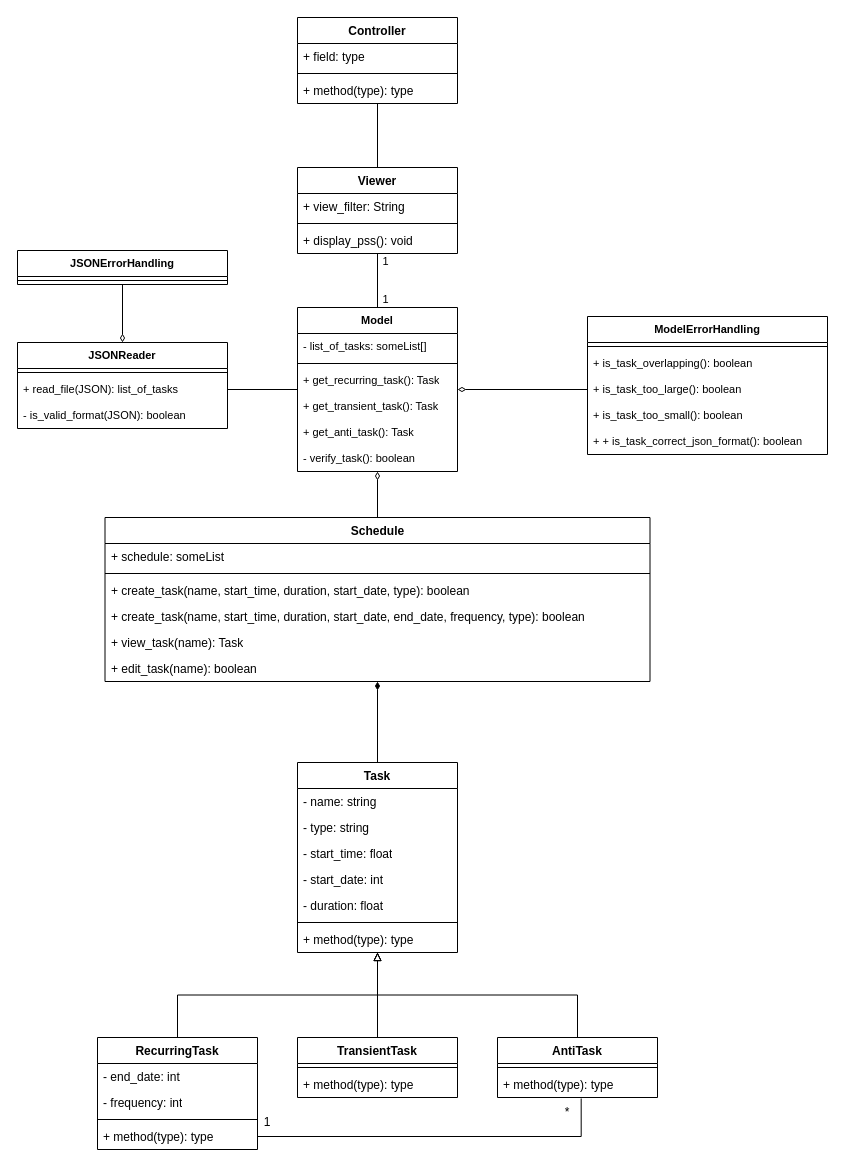
Above: PSS_ClassDiagram.drawio in CS-3560-PSS-Group/PSS-System (draw.io), before the change. Source tidied: cells renumbered, new cells numbered last; positions are measured from the earlier drawing's top-left corner, leaving out a move shared by most shapes. Both pictures are drawn from the tidied source at 100%, with x=0, y=0 at pixel (17, 17).
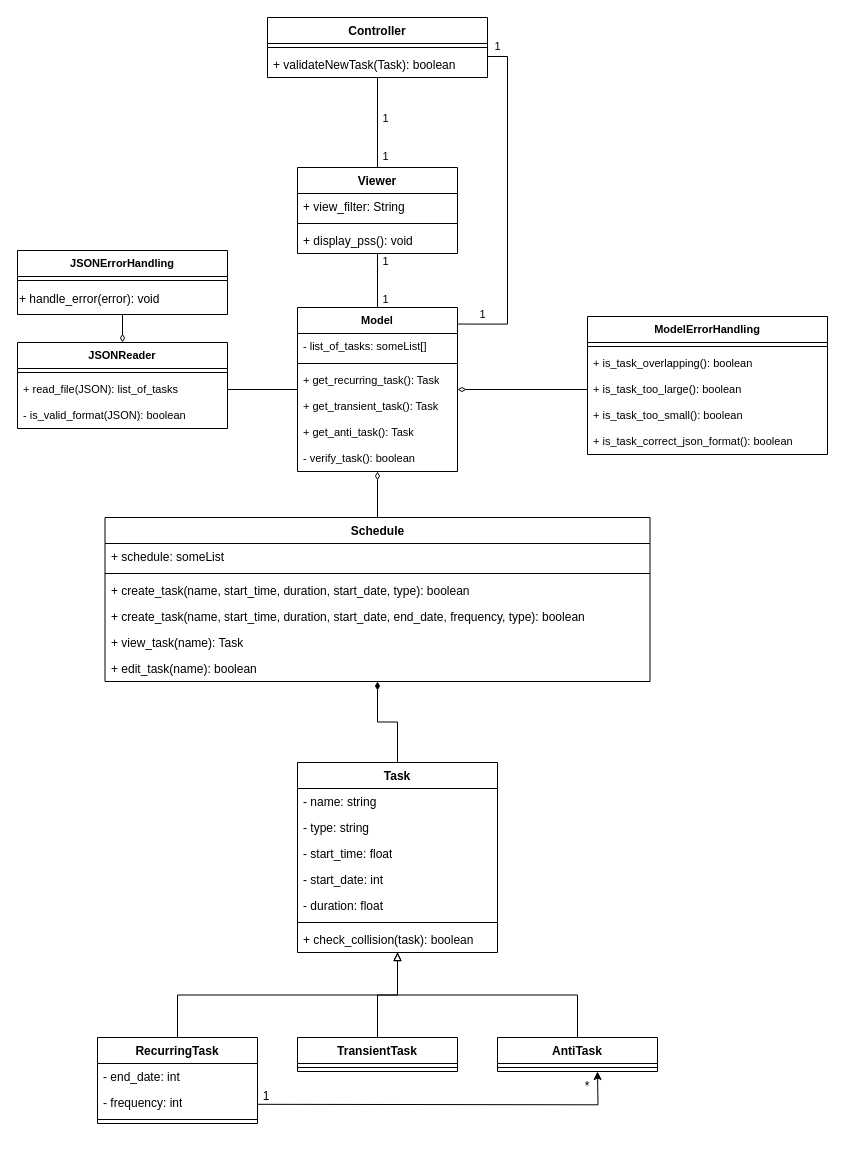
Above is the later version.

The change refers to these unchanged cells:
```xml
<mxCell id="12" value="Model" style="swimlane;fontStyle=1;align=center;verticalAlign=top;horizontal=1;startSize=26;whiteSpace=wrap;html=1;fontFamily=Helvetica;fontSize=11;fontColor=default;labelBackgroundColor=default;" parent="1" vertex="1">
  <mxGeometry x="280" y="290" width="160" height="164" as="geometry" />
</mxCell>
<mxCell id="21" value="ModelErrorHandling" style="swimlane;fontStyle=1;align=center;verticalAlign=top;horizontal=1;startSize=26;whiteSpace=wrap;html=1;fontFamily=Helvetica;fontSize=11;fontColor=default;labelBackgroundColor=default;" parent="1" vertex="1">
  <mxGeometry x="570" y="299" width="240" height="138" as="geometry" />
</mxCell>
```

The edit, as a diff of the source:
```diff
@@
     <mxCell id="2" value="Controller" style="swimlane;fontStyle=1;align=center;verticalAlign=top;horizontal=1;startSize=26;whiteSpace=wrap;html=1;" parent="1" vertex="1">
-      <mxGeometry x="280" width="160" height="86" as="geometry" />
+      <mxGeometry x="250" width="220" height="60" as="geometry" />
     </mxCell>
-    <mxCell id="3" value="+ field: type" style="text;strokeColor=none;fillColor=none;align=left;verticalAlign=top;spacingLeft=4;spacingRight=4;overflow=hidden;whiteSpace=wrap;html=1;" parent="2" vertex="1">
-      <mxGeometry y="26" width="160" height="26" as="geometry" />
-    </mxCell>
     <mxCell id="4" style="line;strokeWidth=1;fillColor=none;align=left;verticalAlign=middle;spacingTop=-1;spacingLeft=3;spacingRight=3;labelPosition=right;strokeColor=inherit;" parent="2" vertex="1">
-      <mxGeometry y="52" width="160" height="8" as="geometry" />
+      <mxGeometry y="26" width="220" height="8" as="geometry" />
     </mxCell>
-    <mxCell id="5" value="+ method(type): type" style="text;strokeColor=none;fillColor=none;align=left;verticalAlign=top;spacingLeft=4;spacingRight=4;overflow=hidden;whiteSpace=wrap;html=1;" parent="2" vertex="1">
-      <mxGeometry y="60" width="160" height="26" as="geometry" />
+    <mxCell id="5" value="+ validateNewTask(Task): boolean" style="text;strokeColor=none;fillColor=none;align=left;verticalAlign=top;spacingLeft=4;spacingRight=4;overflow=hidden;whiteSpace=wrap;html=1;" parent="2" vertex="1">
+      <mxGeometry y="34" width="220" height="26" as="geometry" />
     </mxCell>
@@
-    <mxCell id="26" value="+ + is_task_correct_json_format(): boolean" style="text;strokeColor=none;fillColor=none;align=left;verticalAlign=top;spacingLeft=4;spacingRight=4;overflow=hidden;whiteSpace=wrap;html=1;fontFamily=Helvetica;fontSize=11;fontColor=default;labelBackgroundColor=default;" parent="21" vertex="1">
+    <mxCell id="26" value="+ is_task_correct_json_format(): boolean" style="text;strokeColor=none;fillColor=none;align=left;verticalAlign=top;spacingLeft=4;spacingRight=4;overflow=hidden;whiteSpace=wrap;html=1;fontFamily=Helvetica;fontSize=11;fontColor=default;labelBackgroundColor=default;" parent="21" vertex="1">
       <mxGeometry y="112" width="240" height="26" as="geometry" />
     </mxCell>
@@
     <mxCell id="33" value="JSONErrorHandling" style="swimlane;fontStyle=1;align=center;verticalAlign=top;horizontal=1;startSize=26;whiteSpace=wrap;html=1;fontFamily=Helvetica;fontSize=11;fontColor=default;labelBackgroundColor=default;" parent="1" vertex="1">
-      <mxGeometry y="233" width="210" height="34" as="geometry" />
+      <mxGeometry y="233" width="210" height="64" as="geometry" />
     </mxCell>
@@
+    <mxCell id="70" value="+ handle_error(error): void" style="text;html=1;align=left;verticalAlign=middle;strokeColor=none;fillColor=none;" parent="33" vertex="1">
+      <mxGeometry y="34" width="210" height="30" as="geometry" />
+    </mxCell>
@@
     <mxCell id="45" value="Task" style="swimlane;fontStyle=1;align=center;verticalAlign=top;horizontal=1;startSize=26;whiteSpace=wrap;html=1;" parent="1" vertex="1">
-      <mxGeometry x="280" y="745" width="160" height="190" as="geometry" />
+      <mxGeometry x="280" y="745" width="200" height="190" as="geometry" />
     </mxCell>
     <mxCell id="46" value="- name: string" style="text;strokeColor=none;fillColor=none;align=left;verticalAlign=top;spacingLeft=4;spacingRight=4;overflow=hidden;whiteSpace=wrap;html=1;" parent="45" vertex="1">
-      <mxGeometry y="26" width="160" height="26" as="geometry" />
+      <mxGeometry y="26" width="200" height="26" as="geometry" />
     </mxCell>
     <mxCell id="47" value="- type: string" style="text;strokeColor=none;fillColor=none;align=left;verticalAlign=top;spacingLeft=4;spacingRight=4;overflow=hidden;whiteSpace=wrap;html=1;" parent="45" vertex="1">
-      <mxGeometry y="52" width="160" height="26" as="geometry" />
+      <mxGeometry y="52" width="200" height="26" as="geometry" />
     </mxCell>
     <mxCell id="48" value="- start_time: float" style="text;strokeColor=none;fillColor=none;align=left;verticalAlign=top;spacingLeft=4;spacingRight=4;overflow=hidden;whiteSpace=wrap;html=1;" parent="45" vertex="1">
-      <mxGeometry y="78" width="160" height="26" as="geometry" />
+      <mxGeometry y="78" width="200" height="26" as="geometry" />
     </mxCell>
     <mxCell id="49" value="- start_date: int" style="text;strokeColor=none;fillColor=none;align=left;verticalAlign=top;spacingLeft=4;spacingRight=4;overflow=hidden;whiteSpace=wrap;html=1;" parent="45" vertex="1">
-      <mxGeometry y="104" width="160" height="26" as="geometry" />
+      <mxGeometry y="104" width="200" height="26" as="geometry" />
     </mxCell>
     <mxCell id="50" value="- duration: float" style="text;strokeColor=none;fillColor=none;align=left;verticalAlign=top;spacingLeft=4;spacingRight=4;overflow=hidden;whiteSpace=wrap;html=1;" parent="45" vertex="1">
-      <mxGeometry y="130" width="160" height="26" as="geometry" />
+      <mxGeometry y="130" width="200" height="26" as="geometry" />
     </mxCell>
     <mxCell id="51" style="line;strokeWidth=1;fillColor=none;align=left;verticalAlign=middle;spacingTop=-1;spacingLeft=3;spacingRight=3;labelPosition=right;strokeColor=inherit;" parent="45" vertex="1">
-      <mxGeometry y="156" width="160" height="8" as="geometry" />
+      <mxGeometry y="156" width="200" height="8" as="geometry" />
     </mxCell>
-    <mxCell id="52" value="+ method(type): type" style="text;strokeColor=none;fillColor=none;align=left;verticalAlign=top;spacingLeft=4;spacingRight=4;overflow=hidden;whiteSpace=wrap;html=1;" parent="45" vertex="1">
-      <mxGeometry y="164" width="160" height="26" as="geometry" />
+    <mxCell id="52" value="+ check_collision(task): boolean" style="text;strokeColor=none;fillColor=none;align=left;verticalAlign=top;spacingLeft=4;spacingRight=4;overflow=hidden;whiteSpace=wrap;html=1;" parent="45" vertex="1">
+      <mxGeometry y="164" width="200" height="26" as="geometry" />
     </mxCell>
@@
     <mxCell id="54" value="RecurringTask" style="swimlane;fontStyle=1;align=center;verticalAlign=top;horizontal=1;startSize=26;whiteSpace=wrap;html=1;" parent="1" vertex="1">
-      <mxGeometry x="80" y="1020" width="160" height="112" as="geometry" />
+      <mxGeometry x="80" y="1020" width="160" height="86" as="geometry" />
     </mxCell>
@@
-    <mxCell id="58" value="+ method(type): type" style="text;strokeColor=none;fillColor=none;align=left;verticalAlign=top;spacingLeft=4;spacingRight=4;overflow=hidden;points=[[0,0.5],[1,0.5]];portConstraint=eastwest;whiteSpace=wrap;html=1;" parent="54" vertex="1">
-      <mxGeometry y="86" width="160" height="26" as="geometry" />
-    </mxCell>
@@
     <mxCell id="60" value="TransientTask" style="swimlane;fontStyle=1;align=center;verticalAlign=top;horizontal=1;startSize=26;whiteSpace=wrap;html=1;" parent="1" vertex="1">
-      <mxGeometry x="280" y="1020" width="160" height="60" as="geometry" />
+      <mxGeometry x="280" y="1020" width="160" height="34" as="geometry" />
     </mxCell>
@@
-    <mxCell id="62" value="+ method(type): type" style="text;strokeColor=none;fillColor=none;align=left;verticalAlign=top;spacingLeft=4;spacingRight=4;overflow=hidden;whiteSpace=wrap;html=1;" parent="60" vertex="1">
-      <mxGeometry y="34" width="160" height="26" as="geometry" />
-    </mxCell>
@@
     <mxCell id="64" value="AntiTask" style="swimlane;fontStyle=1;align=center;verticalAlign=top;horizontal=1;startSize=26;whiteSpace=wrap;html=1;" parent="1" vertex="1">
-      <mxGeometry x="480" y="1020" width="160" height="60" as="geometry" />
+      <mxGeometry x="480" y="1020" width="160" height="34" as="geometry" />
     </mxCell>
@@
-    <mxCell id="66" value="+ method(type): type" style="text;strokeColor=none;fillColor=none;align=left;verticalAlign=top;spacingLeft=4;spacingRight=4;overflow=hidden;points=[[0,0.5],[1,0.5]];portConstraint=eastwest;whiteSpace=wrap;html=1;" parent="64" vertex="1">
-      <mxGeometry y="34" width="160" height="26" as="geometry" />
-    </mxCell>
-    <mxCell id="67" style="edgeStyle=orthogonalEdgeStyle;rounded=0;jettySize=auto;html=1;exitX=1;exitY=0.5;exitDx=0;exitDy=0;entryX=0.523;entryY=1.038;entryDx=0;entryDy=0;entryPerimeter=0;endArrow=none;endFill=0;" parent="1" edge="1" source="58" target="66">
-      <mxGeometry relative="1" as="geometry" />
-    </mxCell>
+    <mxCell id="71" style="edgeStyle=orthogonalEdgeStyle;rounded=0;orthogonalLoop=1;jettySize=auto;html=1;exitX=0;exitY=1;exitDx=0;exitDy=0;endSize=6;spacing=2;" parent="1" edge="1">
+      <mxGeometry relative="1" as="geometry">
+        <mxPoint x="240" y="1086.8" as="sourcePoint" />
+        <mxPoint x="580" y="1054" as="targetPoint" />
+      </mxGeometry>
+    </mxCell>
     <mxCell id="68" value="1" style="text;html=1;align=center;verticalAlign=middle;whiteSpace=wrap;rounded=0;" parent="1" vertex="1">
-      <mxGeometry x="240" y="1090" width="20" height="30" as="geometry" />
+      <mxGeometry x="239" y="1064" width="20" height="30" as="geometry" />
     </mxCell>
     <mxCell id="69" value="*" style="text;html=1;align=center;verticalAlign=middle;whiteSpace=wrap;rounded=0;" parent="1" vertex="1">
-      <mxGeometry x="540" y="1080" width="20" height="30" as="geometry" />
+      <mxGeometry x="560" y="1054" width="20" height="30" as="geometry" />
     </mxCell>
+    <mxCell id="72" value="1" style="text;html=1;align=center;verticalAlign=middle;strokeColor=none;fillColor=none;fontFamily=Helvetica;fontSize=11;fontColor=default;labelBackgroundColor=default;" parent="1" vertex="1">
+      <mxGeometry x="353" y="86" width="30" height="30" as="geometry" />
+    </mxCell>
+    <mxCell id="73" value="1" style="text;html=1;align=center;verticalAlign=middle;strokeColor=none;fillColor=none;fontFamily=Helvetica;fontSize=11;fontColor=default;labelBackgroundColor=default;" parent="1" vertex="1">
+      <mxGeometry x="353" y="124" width="30" height="30" as="geometry" />
+    </mxCell>
+    <mxCell id="74" style="edgeStyle=orthogonalEdgeStyle;rounded=0;jettySize=auto;html=1;entryX=1.004;entryY=0.101;entryDx=0;entryDy=0;entryPerimeter=0;endArrow=none;endFill=0;" parent="1" edge="1" target="12">
+      <mxGeometry relative="1" as="geometry">
+        <mxPoint x="470" y="39" as="sourcePoint" />
+        <Array as="points">
+          <mxPoint x="490" y="39" />
+          <mxPoint x="490" y="307" />
+        </Array>
+      </mxGeometry>
+    </mxCell>
+    <mxCell id="75" value="1" style="text;html=1;align=center;verticalAlign=middle;strokeColor=none;fillColor=none;fontFamily=Helvetica;fontSize=11;fontColor=default;labelBackgroundColor=default;" parent="1" vertex="1">
+      <mxGeometry x="465" y="14" width="30" height="30" as="geometry" />
+    </mxCell>
+    <mxCell id="76" value="1" style="text;html=1;align=center;verticalAlign=middle;strokeColor=none;fillColor=none;fontFamily=Helvetica;fontSize=11;fontColor=default;labelBackgroundColor=default;" parent="1" vertex="1">
+      <mxGeometry x="450" y="282" width="30" height="30" as="geometry" />
+    </mxCell>
```
